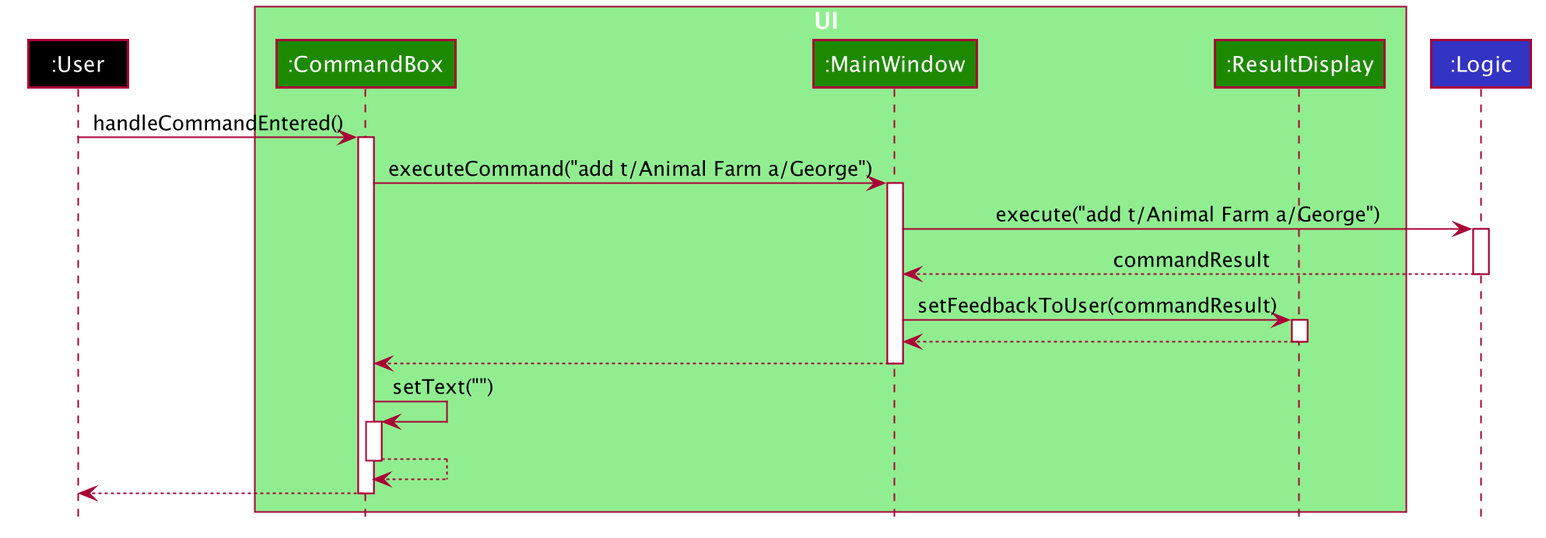
Before: docs/images/UiAddBookSequenceDiagram.png, a diagram exported from PlantUML (nus-cs2103-AY1920S1/addressbook-level3). Its source is kept beside it as docs/diagrams/UiAddBookSequenceDiagram.puml.
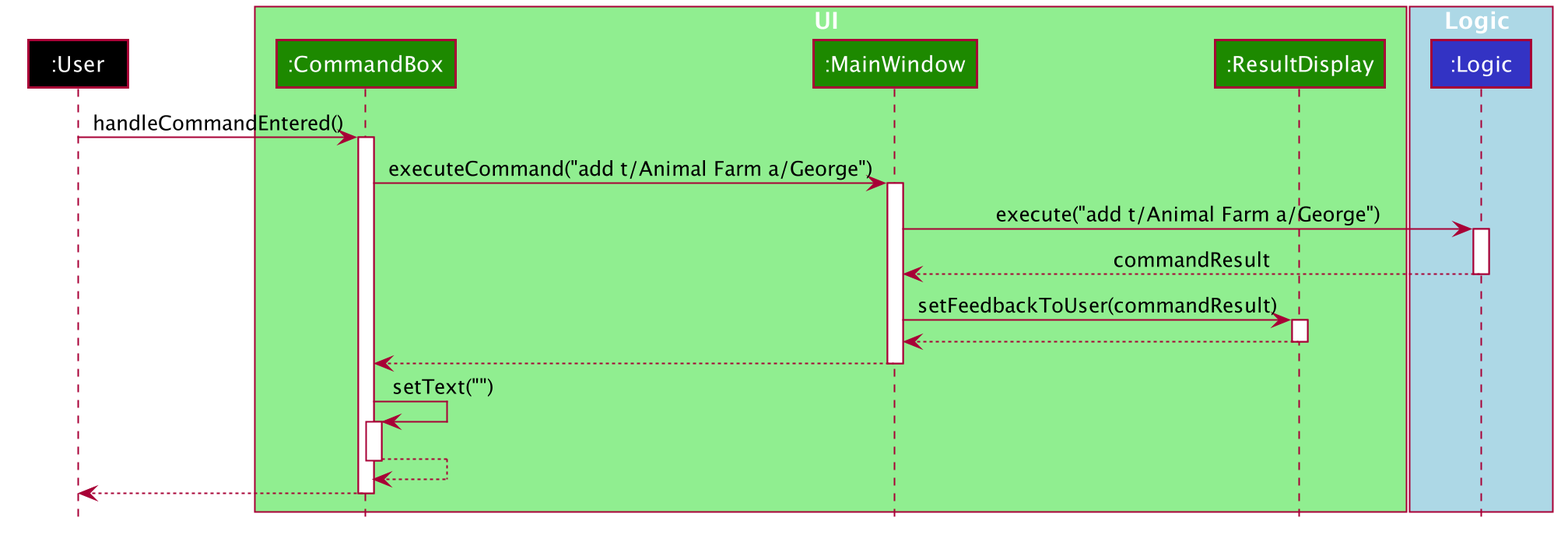
Above is the later version.

The edit, as a diff of the source:
```diff
@@ -7,7 +7,9 @@
     participant ":MainWindow" as MainWindow UI_COLOR
     participant ":ResultDisplay" as ResultDisplay UI_COLOR
 end box
-participant ":Logic" as Logic LOGIC_COLOR
+box Logic #Lightblue
+    participant ":Logic" as Logic LOGIC_COLOR
+end box
 
 User -> CommandBox: handleCommandEntered()
 activate CommandBox
```
